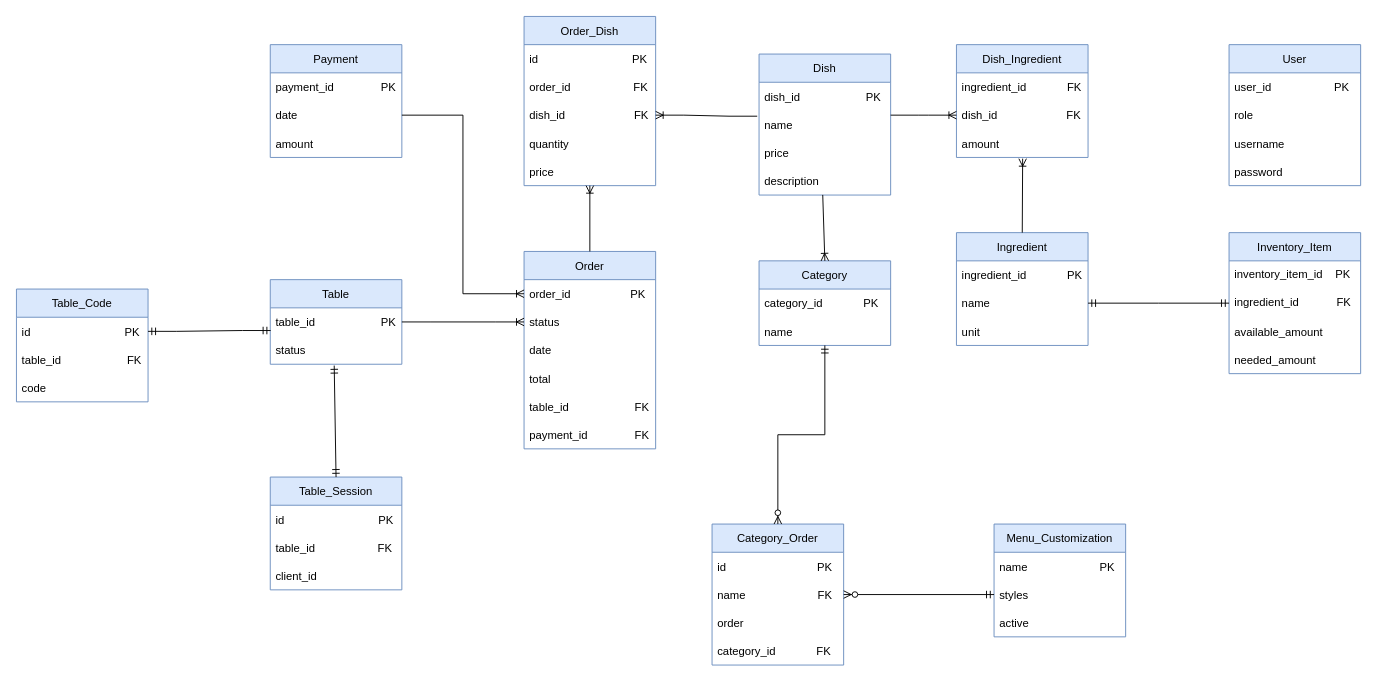
Earlier version of the draw.io diagram diagrams/ERD.drawio (jadhamwi31/quickq). Source tidied: cells renumbered, new cells numbered last; positions are measured from the earlier drawing's top-left corner, leaving out a move shared by most shapes. Both pictures are drawn from the tidied source at 94%, with x=0, y=0 at pixel (16, 16).
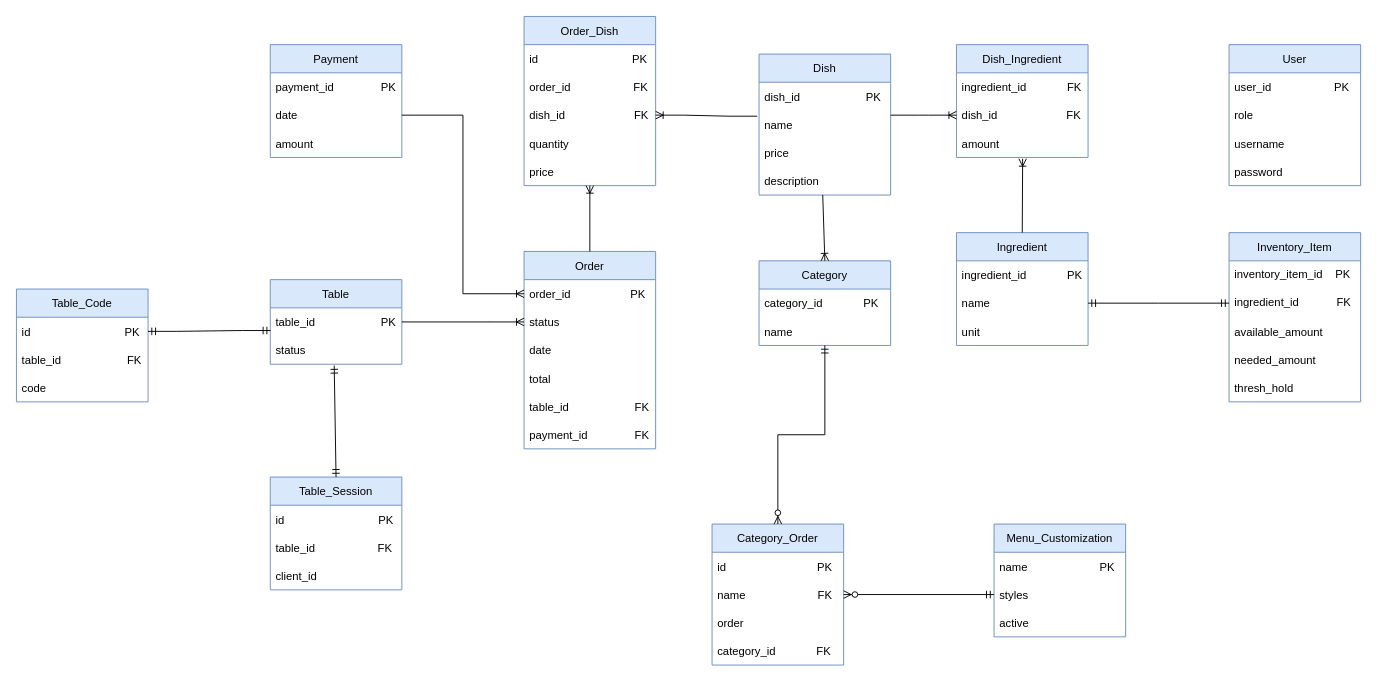
The same diagram, later.

What changed in the source:
```diff
@@
     <mxCell id="40" value="Inventory_Item" style="swimlane;fontStyle=0;horizontal=1;startSize=30;fillColor=#dae8fc;strokeColor=#6c8ebf;" parent="1" vertex="1">
-      <mxGeometry x="1290" y="230" width="140" height="150" as="geometry" />
+      <mxGeometry x="1290" y="230" width="140" height="180" as="geometry" />
     </mxCell>
@@
+    <mxCell id="77" value="thresh_hold" style="text;strokeColor=none;fillColor=none;align=left;verticalAlign=middle;spacingLeft=4;spacingRight=4;overflow=hidden;" parent="40" vertex="1">
+      <mxGeometry y="150" width="140" height="30" as="geometry" />
+    </mxCell>
```
